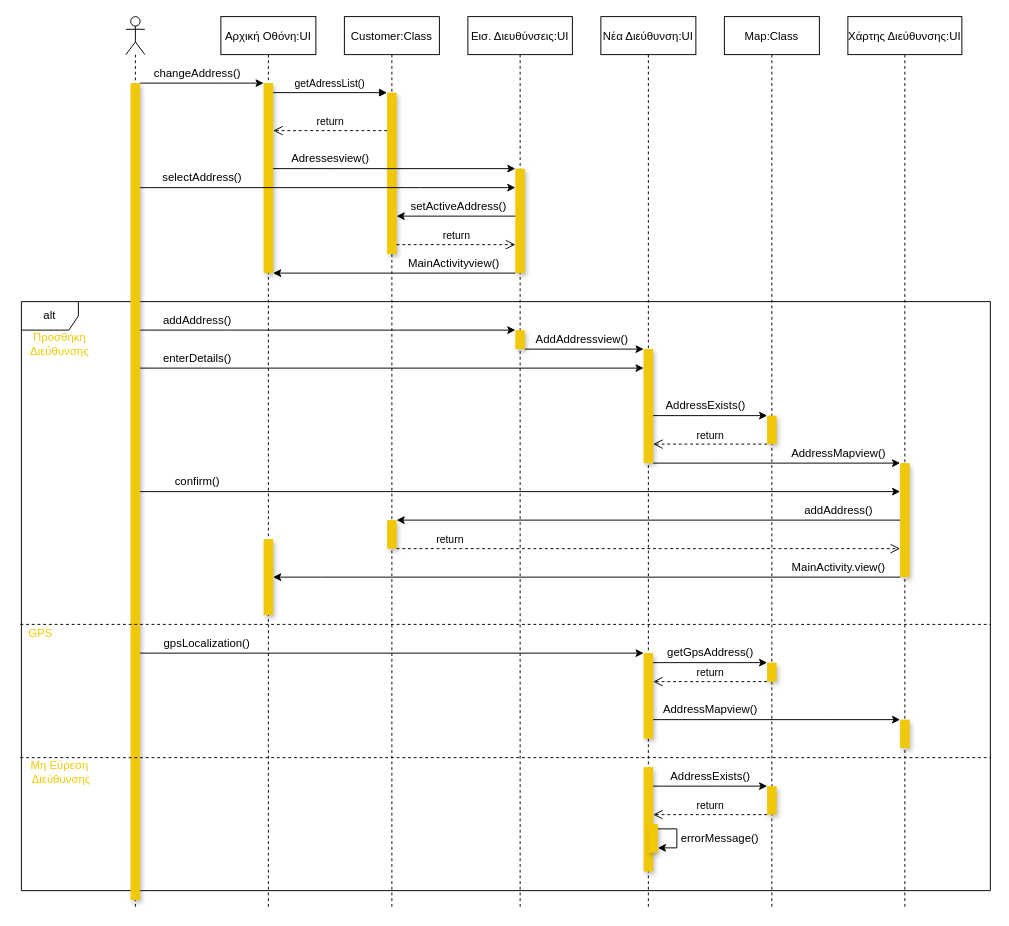
Earlier version of the draw.io diagram docs/contributions/itsikelis/Phase 5/Select Address Revamp/(New)sequence-v0.2-customer-select-address.drawio (iloudaros/nomnomr). Source tidied: cells renumbered, new cells numbered last; positions are measured from the earlier drawing's top-left corner, leaving out a move shared by most shapes. Both pictures are drawn from the tidied source at 95%, with x=0, y=0 at pixel (20, 16).
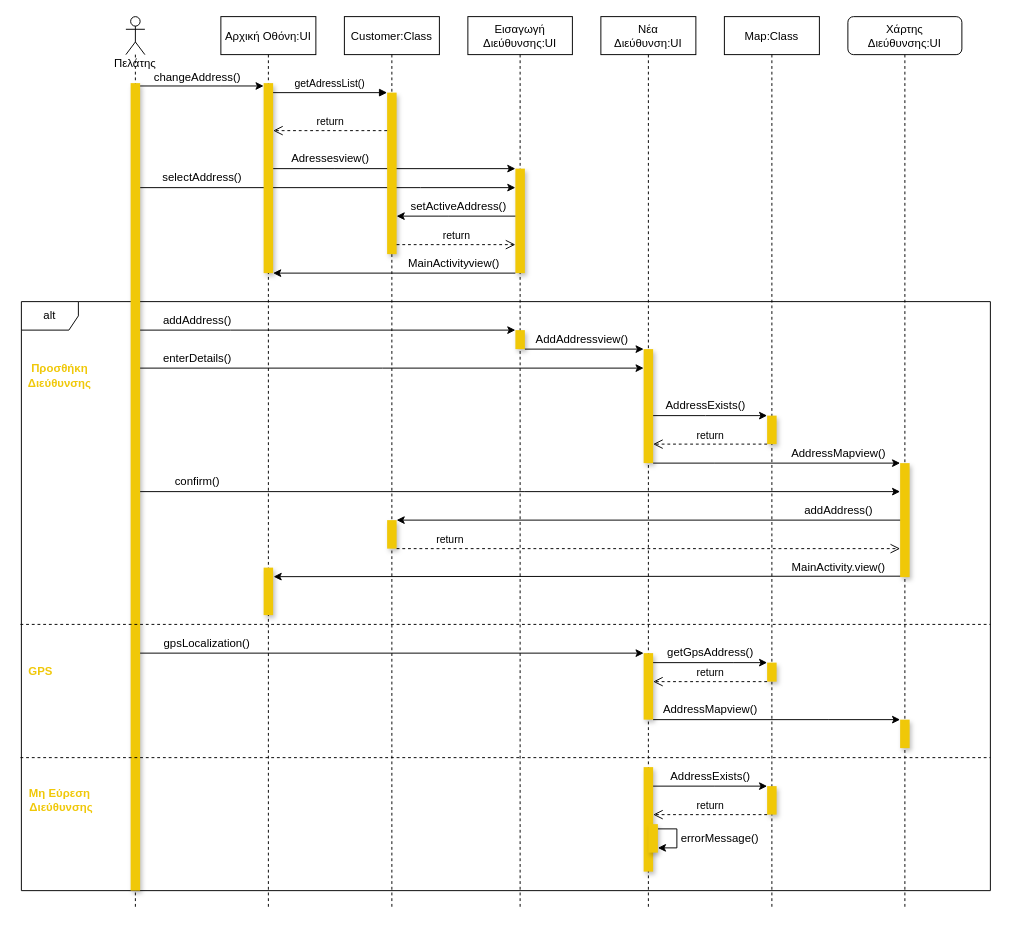
The same page after the edit.

The change refers to these unchanged cells:
```xml
<mxCell id="3" value="Αρχική Οθόνη:UI" style="shape=umlLifeline;perimeter=lifelinePerimeter;rounded=0;shadow=0;strokeWidth=1;" parent="1" vertex="1">
  <mxGeometry x="211" width="100" height="940" as="geometry" />
</mxCell>
<mxCell id="4" style="points=[];perimeter=orthogonalPerimeter;rounded=0;shadow=1;strokeWidth=1;gradientColor=none;fillColor=#F0C808;strokeColor=none;" parent="3" vertex="1">
  <mxGeometry x="45" y="70" width="10" height="200" as="geometry" />
</mxCell>
<mxCell id="17" style="points=[];perimeter=orthogonalPerimeter;rounded=0;shadow=1;strokeWidth=1;fillColor=#F0C808;strokeColor=none;" parent="16" vertex="1">
  <mxGeometry x="50" y="160" width="10" height="110" as="geometry" />
</mxCell>
<mxCell id="44" style="points=[];perimeter=orthogonalPerimeter;rounded=0;shadow=1;strokeWidth=1;fillColor=#F0C808;strokeColor=none;" parent="43" vertex="1">
  <mxGeometry x="55" y="470" width="10" height="120" as="geometry" />
</mxCell>
```

The edit, as a diff of the source:
```diff
@@
+    <mxCell id="21" style="edgeStyle=orthogonalEdgeStyle;rounded=0;jettySize=auto;html=1;" parent="1" edge="1" source="12" target="17">
+      <mxGeometry relative="1" as="geometry">
+        <Array as="points">
+          <mxPoint x="421" y="180" />
+          <mxPoint x="421" y="180" />
+        </Array>
+      </mxGeometry>
+    </mxCell>
+    <mxCell id="19" style="edgeStyle=orthogonalEdgeStyle;rounded=0;jettySize=auto;html=1;" parent="1" edge="1" source="4" target="17">
+      <mxGeometry relative="1" as="geometry">
+        <Array as="points">
+          <mxPoint x="331" y="160" />
+          <mxPoint x="331" y="160" />
+        </Array>
+      </mxGeometry>
+    </mxCell>
@@
     <mxCell id="6" style="html=1;points=[];perimeter=orthogonalPerimeter;shadow=1;fillColor=#F0C808;gradientColor=none;fontColor=#000000;strokeColor=none;" parent="3" vertex="1">
-      <mxGeometry x="45" y="550" width="10" height="80" as="geometry" />
+      <mxGeometry x="45" y="580" width="10" height="50" as="geometry" />
     </mxCell>
+    <mxCell id="53" style="edgeStyle=orthogonalEdgeStyle;rounded=0;jettySize=auto;html=1;entryX=1.05;entryY=0.19;entryDx=0;entryDy=0;entryPerimeter=0;" parent="3" edge="1" target="6">
+      <mxGeometry relative="1" as="geometry">
+        <mxPoint x="720" y="589" as="sourcePoint" />
+      </mxGeometry>
+    </mxCell>
@@
-    <mxCell id="11" style="shape=umlLifeline;participant=umlActor;perimeter=lifelinePerimeter;whiteSpace=wrap;html=1;verticalAlign=top;spacingTop=36;" parent="1" vertex="1">
+    <mxCell id="11" value="Πελάτης" style="shape=umlLifeline;participant=umlActor;perimeter=lifelinePerimeter;whiteSpace=wrap;html=1;verticalAlign=top;spacingTop=36;" parent="1" vertex="1">
       <mxGeometry x="111" width="20" height="940" as="geometry" />
     </mxCell>
     <mxCell id="12" style="html=1;points=[];perimeter=orthogonalPerimeter;fillColor=#F0C808;strokeColor=none;shadow=1;" parent="11" vertex="1">
-      <mxGeometry x="5" y="70" width="10" height="860" as="geometry" />
+      <mxGeometry x="5" y="70" width="10" height="850" as="geometry" />
     </mxCell>
-    <mxCell id="13" style="edgeStyle=orthogonalEdgeStyle;rounded=0;jettySize=auto;html=1;" parent="1" edge="1" source="12" target="4">
+    <mxCell id="13" style="edgeStyle=orthogonalEdgeStyle;rounded=0;orthogonalLoop=1;jettySize=auto;html=1;" parent="1" edge="1">
       <mxGeometry relative="1" as="geometry">
+        <mxPoint x="126" y="73" as="sourcePoint" />
+        <mxPoint x="256" y="73" as="targetPoint" />
         <Array as="points">
-          <mxPoint x="211" y="70" />
-          <mxPoint x="211" y="70" />
+          <mxPoint x="211" y="73" />
+          <mxPoint x="211" y="73" />
         </Array>
       </mxGeometry>
     </mxCell>
     <mxCell id="14" value="changeAddress()" style="text;html=1;align=center;verticalAlign=middle;strokeColor=none;fillColor=none;" parent="1" vertex="1">
-      <mxGeometry x="131" y="50" width="110" height="20" as="geometry" />
+      <mxGeometry x="131" y="54" width="110" height="20" as="geometry" />
     </mxCell>
@@
-    <mxCell id="16" value="Εισ. Διευθύνσεις:UI" style="shape=umlLifeline;perimeter=lifelinePerimeter;rounded=0;shadow=0;strokeWidth=1;" parent="1" vertex="1">
+    <mxCell id="16" value="Εισαγωγή&#10;Διεύθυνσης:UI" style="shape=umlLifeline;perimeter=lifelinePerimeter;rounded=0;shadow=0;strokeWidth=1;" parent="1" vertex="1">
       <mxGeometry x="471" width="110" height="940" as="geometry" />
     </mxCell>
@@
-    <mxCell id="19" style="edgeStyle=orthogonalEdgeStyle;rounded=0;jettySize=auto;html=1;" parent="1" edge="1" source="4" target="17">
-      <mxGeometry relative="1" as="geometry">
-        <Array as="points">
-          <mxPoint x="331" y="160" />
-          <mxPoint x="331" y="160" />
-        </Array>
-      </mxGeometry>
-    </mxCell>
@@
-    <mxCell id="21" style="edgeStyle=orthogonalEdgeStyle;rounded=0;jettySize=auto;html=1;" parent="1" edge="1" source="12" target="17">
-      <mxGeometry relative="1" as="geometry">
-        <Array as="points">
-          <mxPoint x="421" y="180" />
-          <mxPoint x="421" y="180" />
-        </Array>
-      </mxGeometry>
-    </mxCell>
@@
-    <mxCell id="29" value="Νέα Διεύθυνση:UI" style="shape=umlLifeline;perimeter=lifelinePerimeter;rounded=0;shadow=0;strokeWidth=1;" parent="1" vertex="1">
+    <mxCell id="29" value="Νέα &#10;Διεύθυνση:UI" style="shape=umlLifeline;perimeter=lifelinePerimeter;rounded=0;shadow=0;strokeWidth=1;" parent="1" vertex="1">
       <mxGeometry x="611" width="100" height="940" as="geometry" />
     </mxCell>
@@
     <mxCell id="31" style="points=[];perimeter=orthogonalPerimeter;rounded=0;shadow=1;strokeWidth=1;fillColor=#F0C808;strokeColor=none;" parent="29" vertex="1">
-      <mxGeometry x="45" y="670" width="10" height="90" as="geometry" />
+      <mxGeometry x="45" y="670" width="10" height="70" as="geometry" />
     </mxCell>
@@
-    <mxCell id="43" value="Χάρτης Διεύθυνσης:UI" style="shape=umlLifeline;perimeter=lifelinePerimeter;rounded=0;shadow=0;strokeWidth=1;" parent="1" vertex="1">
+    <mxCell id="43" value="Χάρτης &#10;Διεύθυνσης:UI" style="shape=umlLifeline;perimeter=lifelinePerimeter;rounded=1;shadow=0;strokeWidth=1;" parent="1" vertex="1">
       <mxGeometry x="871" width="120" height="940" as="geometry" />
     </mxCell>
@@
-    <mxCell id="53" style="edgeStyle=orthogonalEdgeStyle;rounded=0;jettySize=auto;html=1;" parent="1" edge="1" source="44" target="6">
-      <mxGeometry relative="1" as="geometry">
-        <Array as="points">
-          <mxPoint x="316" y="590" />
-        </Array>
-      </mxGeometry>
-    </mxCell>
@@
-    <mxCell id="56" value="Προσθήκη&lt;br&gt;Διεύθυνσης" style="text;html=1;align=center;verticalAlign=middle;strokeColor=none;fillColor=none;fontColor=#F0C808;" parent="1" vertex="1">
-      <mxGeometry x="1" y="330" width="80" height="30" as="geometry" />
+    <mxCell id="56" value="Προσθήκη&lt;br&gt;Διεύθυνσης" style="text;html=1;align=center;verticalAlign=middle;strokeColor=none;fillColor=none;fontColor=#F0C808;fontStyle=1;" parent="1" vertex="1">
+      <mxGeometry x="1" y="363" width="80" height="30" as="geometry" />
     </mxCell>
@@
-    <mxCell id="58" value="GPS" style="text;html=1;align=center;verticalAlign=middle;strokeColor=none;fillColor=none;fontColor=#F0C808;" parent="1" vertex="1">
-      <mxGeometry x="1" y="640" width="40" height="20" as="geometry" />
+    <mxCell id="58" value="GPS" style="text;html=1;align=center;verticalAlign=middle;strokeColor=none;fillColor=none;fontColor=#F0C808;fontStyle=1;" parent="1" vertex="1">
+      <mxGeometry x="1" y="680" width="40" height="20" as="geometry" />
     </mxCell>
@@
-    <mxCell id="67" value="Μη Εύρεση&lt;br&gt;&amp;nbsp;Διεύθυνσης" style="text;html=1;align=center;verticalAlign=middle;strokeColor=none;fillColor=none;fontColor=#F0C808;" parent="1" vertex="1">
-      <mxGeometry x="1" y="780" width="80" height="30" as="geometry" />
+    <mxCell id="67" value="Μη Εύρεση&lt;br&gt;&amp;nbsp;Διεύθυνσης" style="text;html=1;align=center;verticalAlign=middle;strokeColor=none;fillColor=none;fontColor=#F0C808;fontStyle=1;" parent="1" vertex="1">
+      <mxGeometry x="-4" y="810" width="90" height="30" as="geometry" />
     </mxCell>
```
